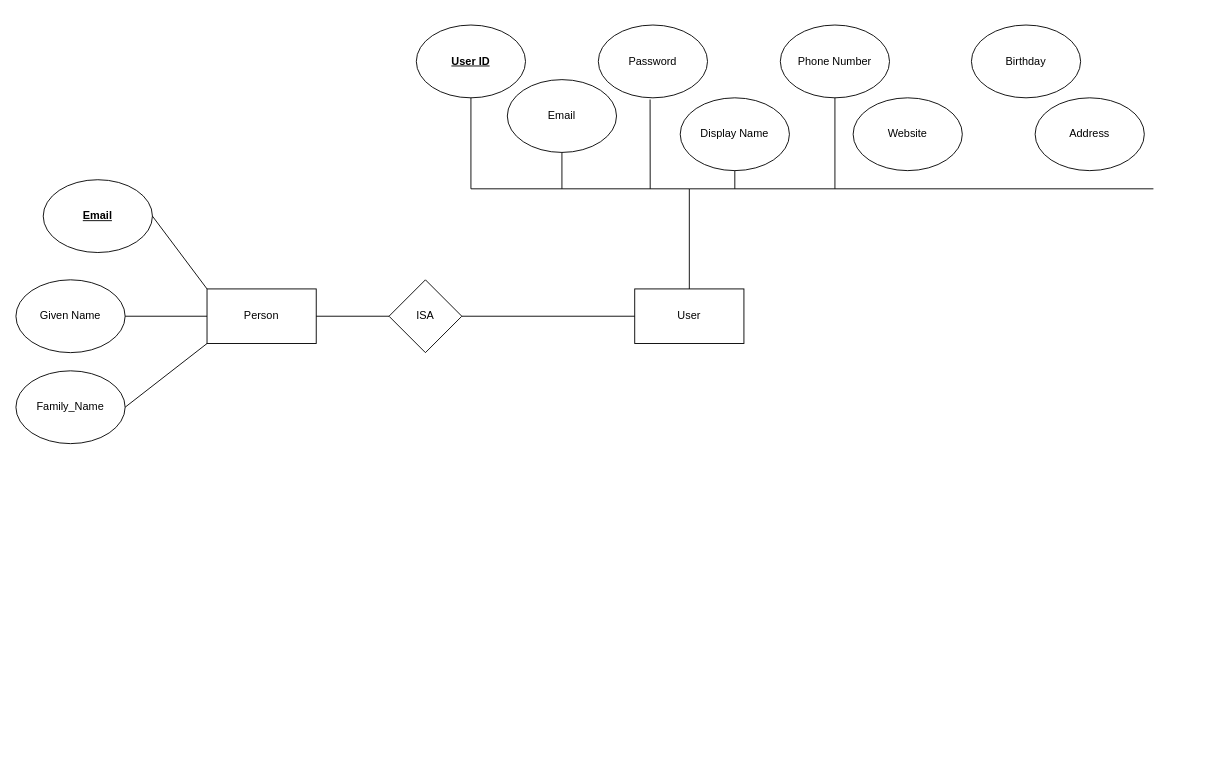
X19Ascension/ZZEN9311_Assessment_2 keeps this draw.io diagram as Untitled Diagram.drawio. Above is the earlier version. Source tidied: cells renumbered, new cells numbered last; positions are measured from the earlier drawing's top-left corner, leaving out a move shared by most shapes. Both pictures are drawn from the tidied source at 91%, with x=0, y=0 at pixel (15, 25).
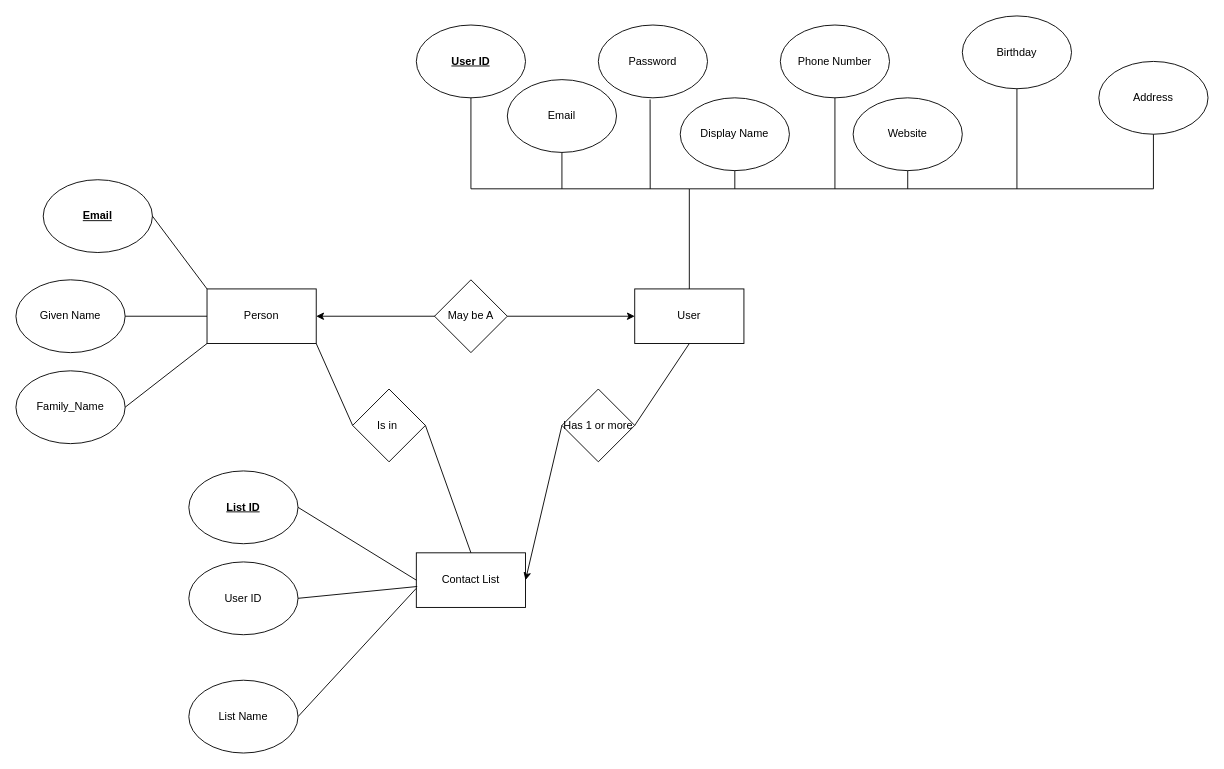
After the change.

The change refers to these unchanged cells:
```xml
<mxCell id="2" value="Person" style="rounded=0;whiteSpace=wrap;html=1;" parent="1" vertex="1">
  <mxGeometry x="210" y="290" width="120" height="60" as="geometry" />
</mxCell>
<mxCell id="9" value="User" style="rounded=0;whiteSpace=wrap;html=1;" parent="1" vertex="1">
  <mxGeometry x="680" y="290" width="120" height="60" as="geometry" />
</mxCell>
<mxCell id="22" value="Website" style="ellipse;whiteSpace=wrap;html=1;" parent="1" vertex="1">
  <mxGeometry x="920" y="80" width="120" height="80" as="geometry" />
</mxCell>
```

What changed in the source:
```diff
@@
-    <mxCell id="10" value="ISA" style="rhombus;whiteSpace=wrap;html=1;" parent="1" vertex="1">
-      <mxGeometry x="410" y="280" width="80" height="80" as="geometry" />
-    </mxCell>
-    <mxCell id="11" style="endArrow=none;html=1;rounded=0;entryX=0;entryY=0.5;entryDx=0;entryDy=0;" parent="1" edge="1" target="10">
-      <mxGeometry relative="1" as="geometry">
-        <mxPoint x="330" y="320" as="sourcePoint" />
-      </mxGeometry>
-    </mxCell>
-    <mxCell id="12" style="endArrow=none;html=1;rounded=0;entryX=0;entryY=0.5;entryDx=0;entryDy=0;" parent="1" edge="1" target="9">
-      <mxGeometry relative="1" as="geometry">
-        <mxPoint x="490" y="320" as="sourcePoint" />
-      </mxGeometry>
-    </mxCell>
@@
     <mxCell id="23" value="Birthday" style="ellipse;whiteSpace=wrap;html=1;" parent="1" vertex="1">
-      <mxGeometry x="1050" width="120" height="80" as="geometry" />
+      <mxGeometry x="1040" y="-10" width="120" height="80" as="geometry" />
     </mxCell>
     <mxCell id="24" value="Address" style="ellipse;whiteSpace=wrap;html=1;" parent="1" vertex="1">
-      <mxGeometry x="1120" y="80" width="120" height="80" as="geometry" />
+      <mxGeometry x="1190" y="40" width="120" height="80" as="geometry" />
     </mxCell>
@@
+    <mxCell id="29" style="endArrow=none;html=1;rounded=0;entryX=0.5;entryY=1;entryDx=0;entryDy=0;" parent="1" edge="1" target="22">
+      <mxGeometry relative="1" as="geometry">
+        <mxPoint x="980" y="180" as="sourcePoint" />
+      </mxGeometry>
+    </mxCell>
+    <mxCell id="30" style="endArrow=none;html=1;rounded=0;entryX=0.5;entryY=1;entryDx=0;entryDy=0;" parent="1" edge="1" target="23">
+      <mxGeometry relative="1" as="geometry">
+        <mxPoint x="1100" y="180" as="sourcePoint" />
+      </mxGeometry>
+    </mxCell>
+    <mxCell id="31" style="endArrow=none;html=1;rounded=0;entryX=0.5;entryY=1;entryDx=0;entryDy=0;" parent="1" edge="1" target="24">
+      <mxGeometry relative="1" as="geometry">
+        <mxPoint x="1250" y="180" as="sourcePoint" />
+      </mxGeometry>
+    </mxCell>
+    <mxCell id="32" value="Contact List" style="rounded=0;whiteSpace=wrap;html=1;" parent="1" vertex="1">
+      <mxGeometry x="440" y="580" width="120" height="60" as="geometry" />
+    </mxCell>
+    <mxCell id="33" style="endArrow=none;html=1;rounded=0;entryX=0;entryY=0.5;entryDx=0;entryDy=0;" parent="1" edge="1" target="10">
+      <mxGeometry relative="1" as="geometry">
+        <mxPoint x="490" y="320" as="sourcePoint" />
+      </mxGeometry>
+    </mxCell>
+    <mxCell id="10" value="May be A" style="rhombus;whiteSpace=wrap;html=1;" parent="1" vertex="1">
+      <mxGeometry x="460" y="280" width="80" height="80" as="geometry" />
+    </mxCell>
+    <mxCell id="34" value="List Name" style="ellipse;whiteSpace=wrap;html=1;" parent="1" vertex="1">
+      <mxGeometry x="190" y="720" width="120" height="80" as="geometry" />
+    </mxCell>
+    <mxCell id="35" value="User ID" style="ellipse;whiteSpace=wrap;html=1;" parent="1" vertex="1">
+      <mxGeometry x="190" y="590" width="120" height="80" as="geometry" />
+    </mxCell>
+    <mxCell id="36" value="&lt;b&gt;&lt;u&gt;List ID&lt;/u&gt;&lt;/b&gt;" style="ellipse;whiteSpace=wrap;html=1;" parent="1" vertex="1">
+      <mxGeometry x="190" y="490" width="120" height="80" as="geometry" />
+    </mxCell>
+    <mxCell id="37" style="endArrow=none;html=1;rounded=0;entryX=1;entryY=0.5;entryDx=0;entryDy=0;exitX=0;exitY=0.5;exitDx=0;exitDy=0;" parent="1" edge="1" source="32" target="36">
+      <mxGeometry relative="1" as="geometry" />
+    </mxCell>
+    <mxCell id="38" style="endArrow=none;html=1;rounded=0;exitX=1;exitY=0.5;exitDx=0;exitDy=0;entryX=0.008;entryY=0.617;entryDx=0;entryDy=0;entryPerimeter=0;" parent="1" edge="1" source="35" target="32">
+      <mxGeometry relative="1" as="geometry" />
+    </mxCell>
+    <mxCell id="39" style="endArrow=none;html=1;rounded=0;entryX=0;entryY=0.65;entryDx=0;entryDy=0;entryPerimeter=0;exitX=1;exitY=0.5;exitDx=0;exitDy=0;" parent="1" edge="1" source="34" target="32">
+      <mxGeometry relative="1" as="geometry" />
+    </mxCell>
+    <mxCell id="40" style="endArrow=none;html=1;rounded=0;entryX=1;entryY=1;entryDx=0;entryDy=0;exitX=0;exitY=0.5;exitDx=0;exitDy=0;" parent="1" edge="1" source="44" target="2">
+      <mxGeometry relative="1" as="geometry" />
+    </mxCell>
+    <mxCell id="41" value="Has 1 or more" style="rhombus;whiteSpace=wrap;html=1;" parent="1" vertex="1">
+      <mxGeometry x="600" y="400" width="80" height="80" as="geometry" />
+    </mxCell>
+    <mxCell id="42" style="endArrow=none;html=1;rounded=0;exitX=1;exitY=0.5;exitDx=0;exitDy=0;entryX=0.5;entryY=1;entryDx=0;entryDy=0;" parent="1" edge="1" source="41" target="9">
+      <mxGeometry relative="1" as="geometry" />
+    </mxCell>
+    <mxCell id="43" style="endArrow=classic;html=1;rounded=0;entryX=1;entryY=0.5;entryDx=0;entryDy=0;exitX=0;exitY=0.5;exitDx=0;exitDy=0;" parent="1" edge="1" source="41" target="32">
+      <mxGeometry relative="1" as="geometry" />
+    </mxCell>
+    <mxCell id="44" value="Is in&amp;nbsp;" style="rhombus;whiteSpace=wrap;html=1;" parent="1" vertex="1">
+      <mxGeometry x="370" y="400" width="80" height="80" as="geometry" />
+    </mxCell>
+    <mxCell id="45" style="endArrow=none;html=1;rounded=0;entryX=1;entryY=0.5;entryDx=0;entryDy=0;exitX=0.5;exitY=0;exitDx=0;exitDy=0;" parent="1" edge="1" source="32" target="44">
+      <mxGeometry relative="1" as="geometry" />
+    </mxCell>
+    <mxCell id="46" style="endArrow=classic;html=1;rounded=0;entryX=1;entryY=0.5;entryDx=0;entryDy=0;exitX=0;exitY=0.5;exitDx=0;exitDy=0;" parent="1" edge="1" source="10" target="2">
+      <mxGeometry relative="1" as="geometry" />
+    </mxCell>
+    <mxCell id="47" style="endArrow=classic;html=1;rounded=0;exitX=1;exitY=0.5;exitDx=0;exitDy=0;entryX=0;entryY=0.5;entryDx=0;entryDy=0;" parent="1" edge="1" source="10" target="9">
+      <mxGeometry relative="1" as="geometry" />
+    </mxCell>
```
